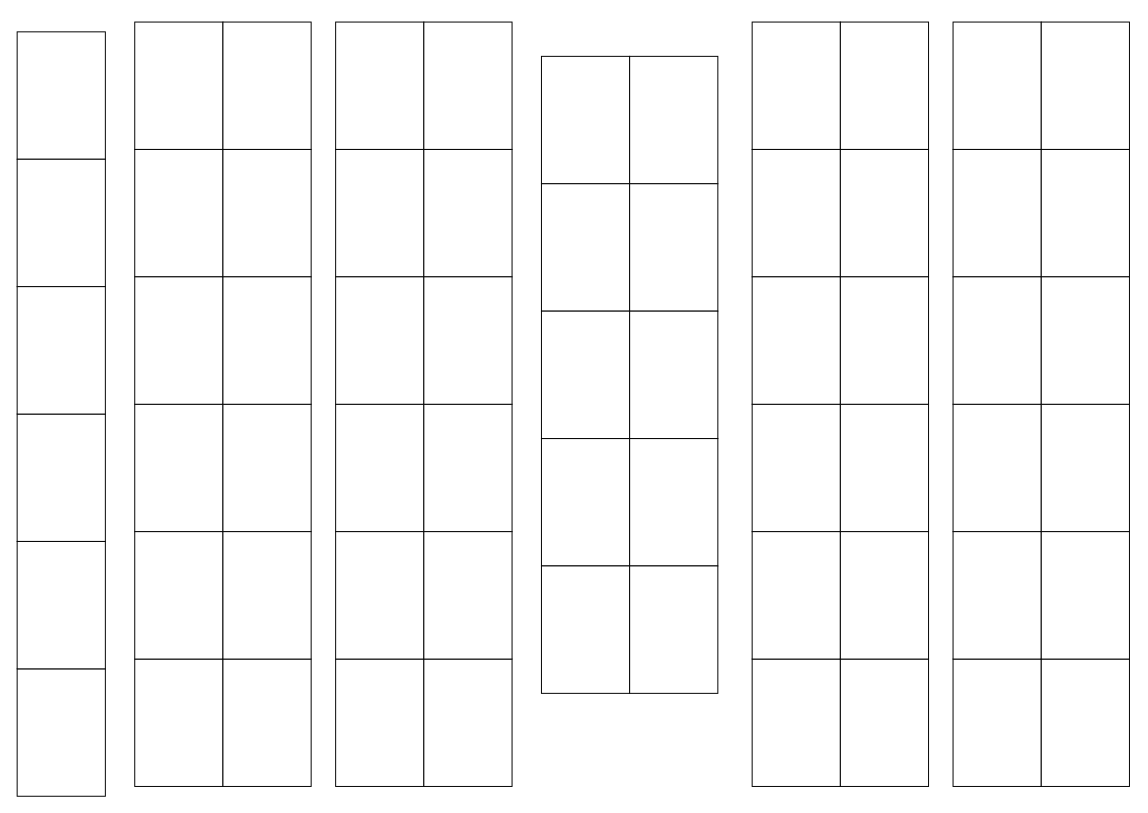
Above: page "第3頁" (3 of 3) of 8樓倉庫平面圖.drawio in a0917785517/floorplan (draw.io), before the change. Source tidied: cells renumbered, new cells numbered last; positions are measured from the earlier drawing's top-left corner, leaving out a move shared by most shapes. Both pictures are drawn from the tidied source at 98%, with x=0, y=0 at pixel (-3, 41).
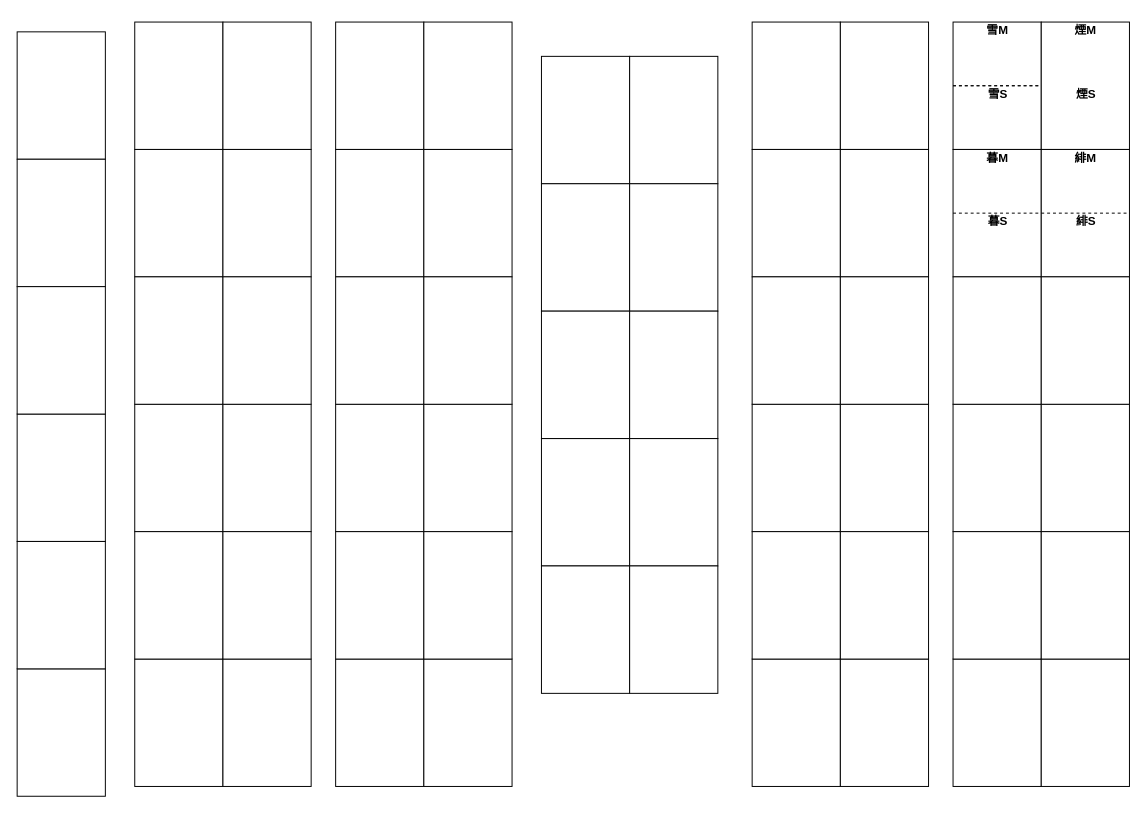
Above is the later version.

Commit message (it also covers changes not shown here):
8樓倉庫平面圖.drawio

Unchanged cells that the change refers to:
```xml
<mxCell id="54" style="rounded=0;whiteSpace=wrap;html=1;strokeWidth=1;fontSize=16;fontFamily=Microsoft JhengHei;align=center;verticalAlign=middle;rotation=90;flipH=0;legacyAnchorPoints=0;flipV=1;" parent="1" vertex="1">
  <mxGeometry x="955" width="130" height="90" as="geometry" />
</mxCell>
```

Diff of the diagram source:
```diff
@@
-    <mxCell id="60" style="rounded=0;whiteSpace=wrap;html=1;strokeWidth=1;fontSize=16;fontFamily=Microsoft JhengHei;align=center;verticalAlign=middle;rotation=90;flipH=0;legacyAnchorPoints=0;flipV=1;" parent="1" vertex="1">
+    <mxCell id="60" style="rounded=0;whiteSpace=wrap;html=1;strokeWidth=1;fontSize=12;fontFamily=Microsoft JhengHei;align=center;verticalAlign=top;rotation=90;flipH=0;legacyAnchorPoints=0;flipV=1;textDirection=ltr;horizontal=0;" parent="1" vertex="1">
       <mxGeometry x="1045" width="130" height="90" as="geometry" />
     </mxCell>
@@
+    <mxCell id="66" style="endArrow=none;html=1;rounded=0;entryX=0.5;entryY=1;entryDx=0;entryDy=0;exitX=0.5;exitY=1;exitDx=0;exitDy=0;dashed=1;" parent="1" edge="1" source="54" target="60">
+      <mxGeometry relative="1" as="geometry" />
+    </mxCell>
+    <mxCell id="67" value="&lt;div style=&quot;font-family: &amp;quot;Microsoft JhengHei&amp;quot;;&quot;&gt;&lt;b&gt;煙M&lt;/b&gt;&lt;/div&gt;" style="text;html=1;whiteSpace=wrap;strokeColor=none;fillColor=none;align=center;verticalAlign=top;rounded=0;" parent="1" vertex="1">
+      <mxGeometry x="1088" y="-25" width="45" height="30" as="geometry" />
+    </mxCell>
+    <mxCell id="68" value="&lt;div style=&quot;font-family: &amp;quot;Microsoft JhengHei&amp;quot;;&quot;&gt;&lt;b&gt;煙S&lt;/b&gt;&lt;/div&gt;" style="text;html=1;whiteSpace=wrap;strokeColor=none;fillColor=none;align=center;verticalAlign=top;rounded=0;" parent="1" vertex="1">
+      <mxGeometry x="1090.5" y="40" width="40" height="30" as="geometry" />
+    </mxCell>
+    <mxCell id="69" value="&lt;div style=&quot;font-family: &amp;quot;Microsoft JhengHei&amp;quot;;&quot;&gt;&lt;b&gt;雪S&lt;/b&gt;&lt;/div&gt;" style="text;html=1;whiteSpace=wrap;strokeColor=none;fillColor=none;align=center;verticalAlign=top;rounded=0;" parent="1" vertex="1">
+      <mxGeometry x="1000.5" y="40" width="40" height="30" as="geometry" />
+    </mxCell>
+    <mxCell id="70" value="&lt;div style=&quot;font-family: &amp;quot;Microsoft JhengHei&amp;quot;;&quot;&gt;&lt;b&gt;雪M&lt;/b&gt;&lt;/div&gt;" style="text;html=1;whiteSpace=wrap;strokeColor=none;fillColor=none;align=center;verticalAlign=top;rounded=0;" parent="1" vertex="1">
+      <mxGeometry x="998" y="-25" width="45" height="30" as="geometry" />
+    </mxCell>
+    <mxCell id="71" style="endArrow=none;html=1;rounded=0;entryX=0.5;entryY=1;entryDx=0;entryDy=0;exitX=0.5;exitY=1;exitDx=0;exitDy=0;dashed=1;" parent="1" edge="1">
+      <mxGeometry relative="1" as="geometry">
+        <mxPoint x="975" y="45" as="sourcePoint" />
+        <mxPoint x="1065" y="45" as="targetPoint" />
+      </mxGeometry>
+    </mxCell>
+    <mxCell id="72" style="endArrow=none;html=1;rounded=0;entryX=0.5;entryY=1;entryDx=0;entryDy=0;exitX=0.5;exitY=1;exitDx=0;exitDy=0;dashed=1;" parent="1" edge="1">
+      <mxGeometry relative="1" as="geometry">
+        <mxPoint x="1065" y="175" as="sourcePoint" />
+        <mxPoint x="1155" y="175" as="targetPoint" />
+      </mxGeometry>
+    </mxCell>
+    <mxCell id="73" value="&lt;div style=&quot;font-family: &amp;quot;Microsoft JhengHei&amp;quot;;&quot;&gt;&lt;b&gt;緋M&lt;/b&gt;&lt;/div&gt;" style="text;html=1;whiteSpace=wrap;strokeColor=none;fillColor=none;align=center;verticalAlign=top;rounded=0;" parent="1" vertex="1">
+      <mxGeometry x="1088" y="105" width="45" height="30" as="geometry" />
+    </mxCell>
+    <mxCell id="74" value="&lt;div style=&quot;font-family: &amp;quot;Microsoft JhengHei&amp;quot;;&quot;&gt;&lt;b&gt;緋S&lt;/b&gt;&lt;/div&gt;" style="text;html=1;whiteSpace=wrap;strokeColor=none;fillColor=none;align=center;verticalAlign=top;rounded=0;" parent="1" vertex="1">
+      <mxGeometry x="1090.5" y="170" width="40" height="30" as="geometry" />
+    </mxCell>
+    <mxCell id="75" value="&lt;div style=&quot;font-family: &amp;quot;Microsoft JhengHei&amp;quot;;&quot;&gt;&lt;b&gt;暮M&lt;/b&gt;&lt;/div&gt;" style="text;html=1;whiteSpace=wrap;strokeColor=none;fillColor=none;align=center;verticalAlign=top;rounded=0;" parent="1" vertex="1">
+      <mxGeometry x="998" y="105" width="45" height="30" as="geometry" />
+    </mxCell>
+    <mxCell id="76" value="&lt;div style=&quot;font-family: &amp;quot;Microsoft JhengHei&amp;quot;;&quot;&gt;&lt;b&gt;暮S&lt;/b&gt;&lt;/div&gt;" style="text;html=1;whiteSpace=wrap;strokeColor=none;fillColor=none;align=center;verticalAlign=top;rounded=0;" parent="1" vertex="1">
+      <mxGeometry x="1000.5" y="170" width="40" height="30" as="geometry" />
+    </mxCell>
+    <mxCell id="77" style="endArrow=none;html=1;rounded=0;entryX=0.5;entryY=1;entryDx=0;entryDy=0;exitX=0.5;exitY=1;exitDx=0;exitDy=0;dashed=1;" parent="1" edge="1">
+      <mxGeometry relative="1" as="geometry">
+        <mxPoint x="975" y="175" as="sourcePoint" />
+        <mxPoint x="1065" y="175" as="targetPoint" />
+      </mxGeometry>
+    </mxCell>
```
